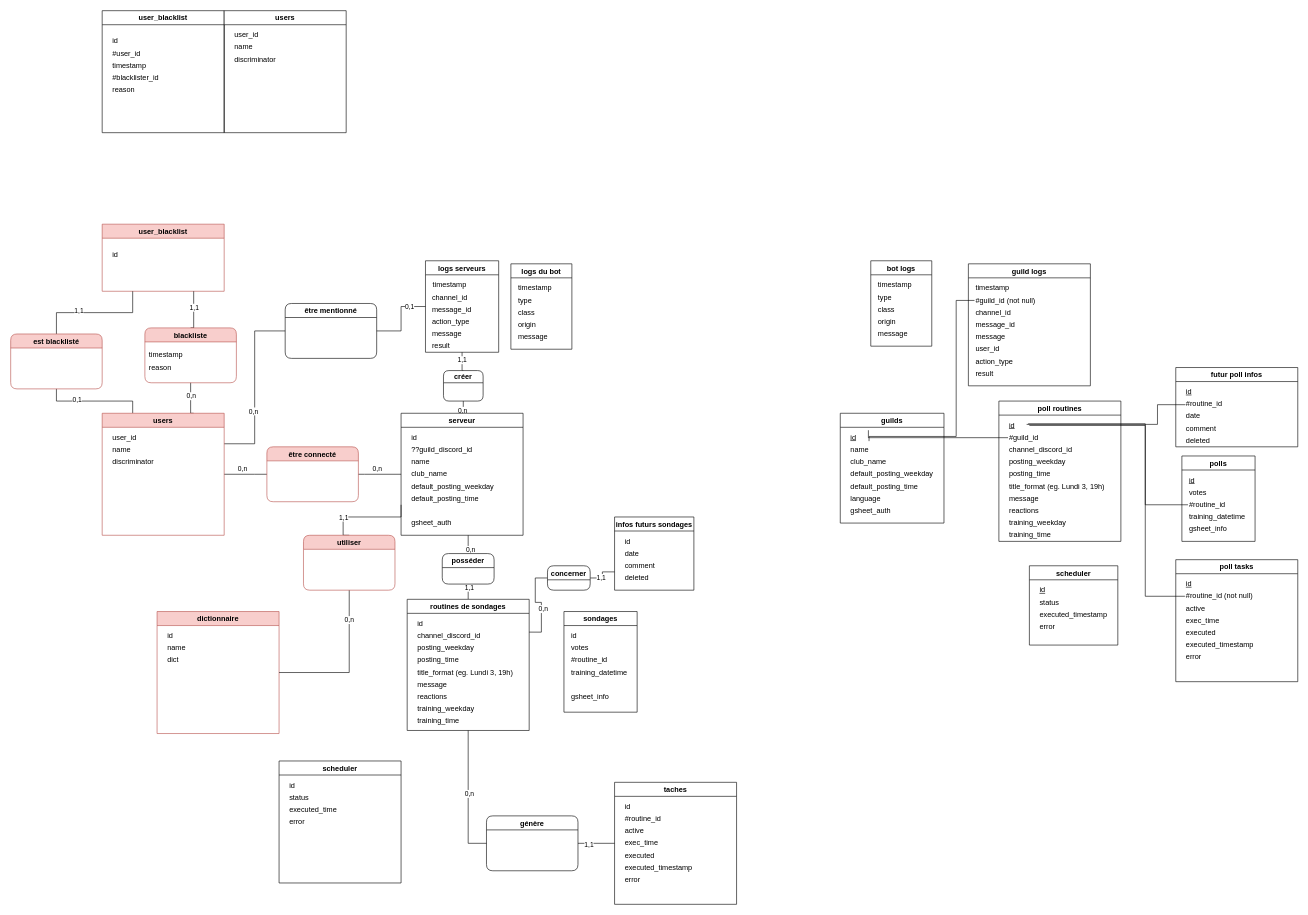
schermanu/UltiBot keeps this draw.io diagram as Untitled Diagram.drawio. Above is the earlier version. Source tidied: cells renumbered, new cells numbered last; positions are measured from the earlier drawing's top-left corner, leaving out a move shared by most shapes. Both pictures are drawn from the tidied source at 61%, with x=0, y=0 at pixel (10, 10).
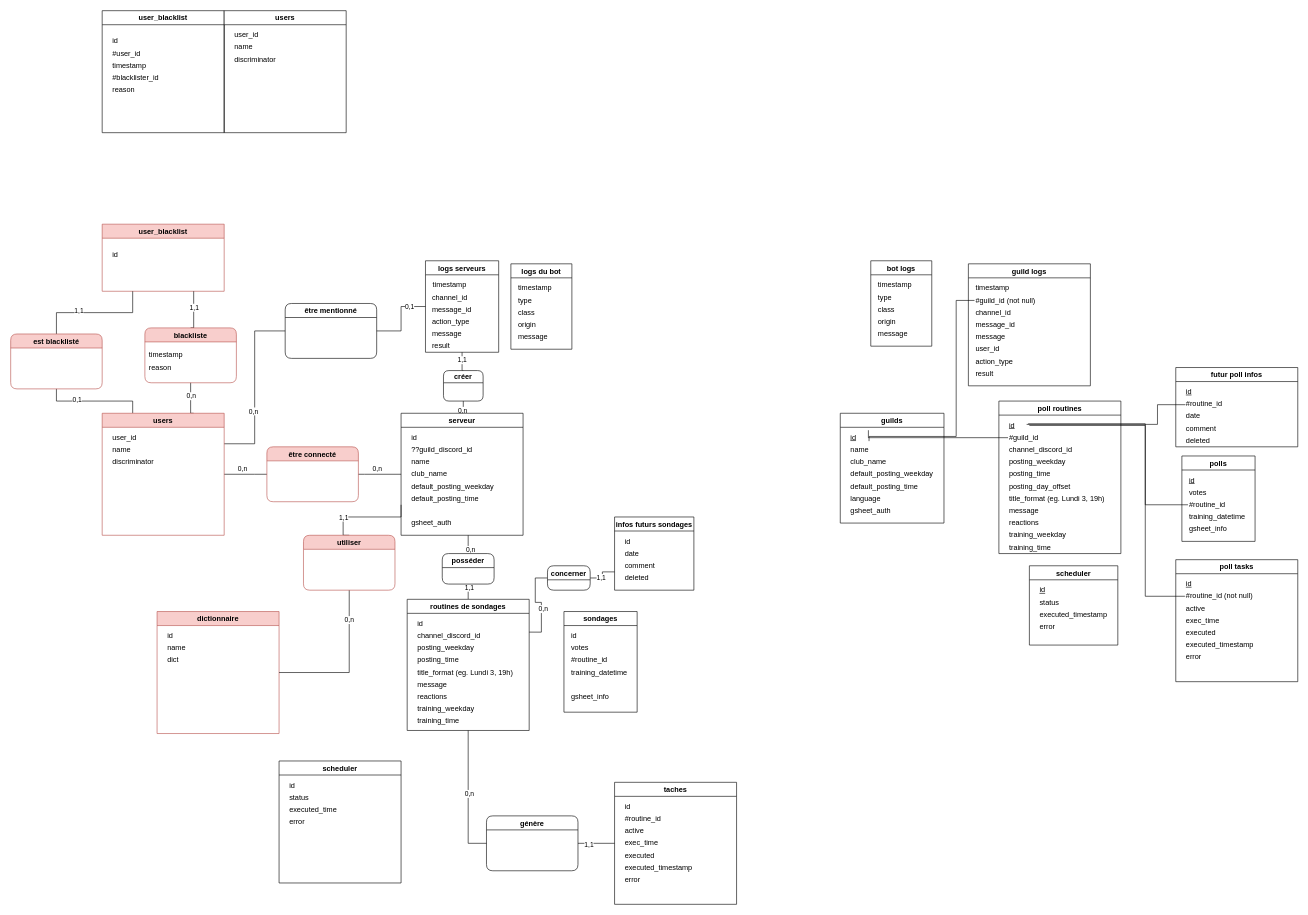
The same page after the edit.

Change to the diagram source:
```diff
@@
     <mxCell id="98" value="poll routines" style="swimlane;" parent="1" vertex="1">
-      <mxGeometry x="1620" y="640" width="200" height="230" as="geometry" />
+      <mxGeometry x="1620" y="640" width="200" height="250" as="geometry" />
     </mxCell>
@@
     <mxCell id="103" value="title_format (eg. Lundi 3, 19h)" style="text;html=1;align=left;verticalAlign=middle;strokeColor=none;fillColor=none;" parent="98" vertex="1">
-      <mxGeometry x="15" y="130" width="180" height="20" as="geometry" />
+      <mxGeometry x="15" y="150" width="180" height="20" as="geometry" />
     </mxCell>
     <mxCell id="104" value="message" style="text;html=1;align=left;verticalAlign=middle;strokeColor=none;fillColor=none;" parent="98" vertex="1">
-      <mxGeometry x="15" y="150" width="70" height="20" as="geometry" />
+      <mxGeometry x="15" y="170" width="70" height="20" as="geometry" />
     </mxCell>
     <mxCell id="105" value="reactions" style="text;html=1;align=left;verticalAlign=middle;strokeColor=none;fillColor=none;" parent="98" vertex="1">
-      <mxGeometry x="15" y="170" width="70" height="20" as="geometry" />
+      <mxGeometry x="15" y="190" width="70" height="20" as="geometry" />
     </mxCell>
     <mxCell id="106" value="training_weekday" style="text;html=1;align=left;verticalAlign=middle;strokeColor=none;fillColor=none;" parent="98" vertex="1">
-      <mxGeometry x="15" y="190" width="110" height="20" as="geometry" />
+      <mxGeometry x="15" y="210" width="110" height="20" as="geometry" />
     </mxCell>
     <mxCell id="107" value="training_time" style="text;html=1;align=left;verticalAlign=middle;strokeColor=none;fillColor=none;" parent="98" vertex="1">
-      <mxGeometry x="15" y="210" width="90" height="20" as="geometry" />
+      <mxGeometry x="15" y="230" width="90" height="20" as="geometry" />
     </mxCell>
@@
+    <mxCell id="188" value="posting_day_offset" style="text;html=1;align=left;verticalAlign=middle;strokeColor=none;fillColor=none;" parent="98" vertex="1">
+      <mxGeometry x="15" y="130" width="120" height="20" as="geometry" />
+    </mxCell>
```
